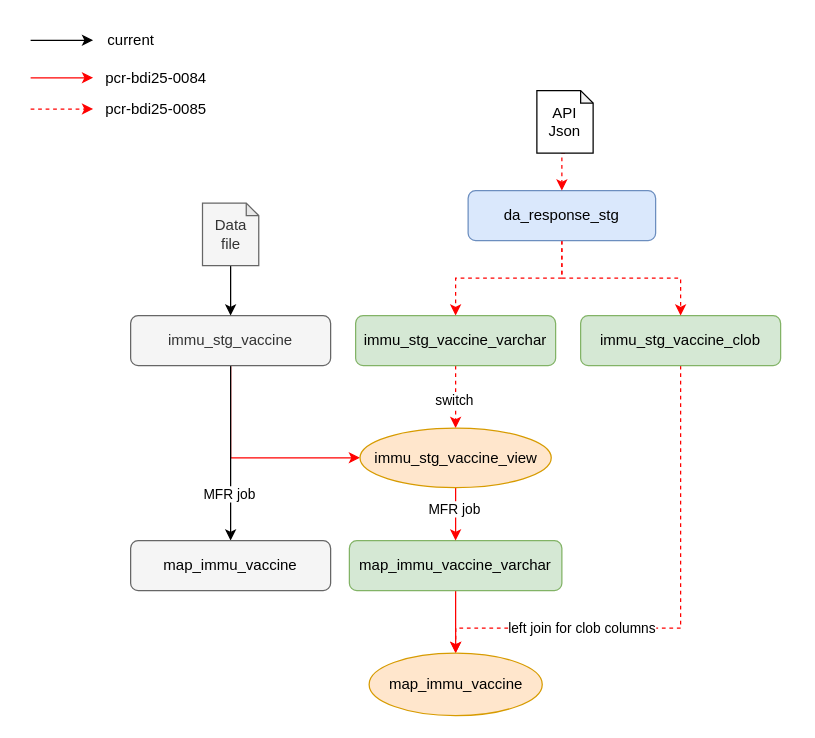
The draw.io diagram immu_workflow.drawio in xuhuide/drawio, before the edit. Source tidied: cells renumbered, new cells numbered last; positions are measured from the earlier drawing's top-left corner, leaving out a move shared by most shapes. Both pictures are drawn from the tidied source at 125%, with x=0, y=0 at pixel (30, 21).
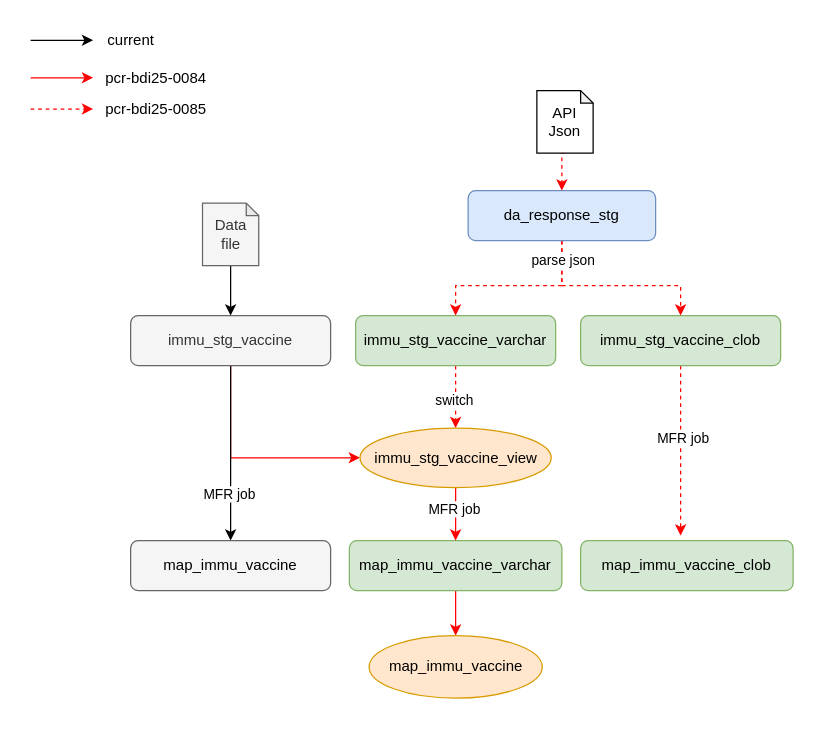
Above is the later version.

Unchanged cells that the change refers to:
```xml
<mxCell id="4" value="&lt;span style=&quot;font-size: 12px;&quot;&gt;immu_stg_vaccine_varchar&lt;/span&gt;" style="rounded=1;whiteSpace=wrap;html=1;fillColor=#d5e8d4;strokeColor=#82b366;" parent="1" vertex="1">
  <mxGeometry x="260" y="235" width="160" height="40" as="geometry" />
</mxCell>
<mxCell id="13" value="&lt;span style=&quot;text-align: left;&quot;&gt;immu_stg_vaccine_clob&lt;/span&gt;" style="rounded=1;whiteSpace=wrap;html=1;fillColor=#d5e8d4;strokeColor=#82b366;" parent="1" vertex="1">
  <mxGeometry x="440" y="235" width="160" height="40" as="geometry" />
</mxCell>
<mxCell id="16" value="da_response_stg" style="rounded=1;whiteSpace=wrap;html=1;fillColor=#dae8fc;strokeColor=#6c8ebf;" parent="1" vertex="1">
  <mxGeometry x="350" y="135" width="150" height="40" as="geometry" />
</mxCell>
```

What changed in the source:
```diff
@@
-    <mxCell id="11" style="edgeStyle=orthogonalEdgeStyle;rounded=0;jettySize=auto;html=1;entryX=0.5;entryY=0;entryDx=0;entryDy=0;dashed=1;strokeColor=#FF0000;" parent="1" edge="1" source="13" target="20">
-      <mxGeometry relative="1" as="geometry">
-        <Array as="points">
-          <mxPoint x="520" y="485" />
-          <mxPoint x="340" y="485" />
-        </Array>
-      </mxGeometry>
-    </mxCell>
-    <mxCell id="12" value="left join for clob columns" style="edgeLabel;html=1;align=center;verticalAlign=middle;" parent="11" vertex="1">
-      <mxGeometry x="0.35" y="-1" relative="1" as="geometry">
-        <mxPoint x="-13" as="offset" />
-      </mxGeometry>
-    </mxCell>
+    <mxCell id="32" style="edgeStyle=orthogonalEdgeStyle;rounded=0;jettySize=auto;html=1;dashed=1;strokeColor=#FF0000;" parent="1" edge="1" source="13">
+      <mxGeometry relative="1" as="geometry">
+        <mxPoint x="520" y="411" as="targetPoint" />
+      </mxGeometry>
+    </mxCell>
+    <mxCell id="33" value="MFR job" style="edgeLabel;html=1;align=center;verticalAlign=middle;" parent="32" vertex="1">
+      <mxGeometry x="-0.17" y="1" relative="1" as="geometry" />
+    </mxCell>
@@
     <mxCell id="14" style="edgeStyle=orthogonalEdgeStyle;rounded=0;jettySize=auto;html=1;entryX=0.5;entryY=0;entryDx=0;entryDy=0;dashed=1;strokeColor=#FF0000;" parent="1" edge="1" source="16" target="4">
-      <mxGeometry relative="1" as="geometry" />
+      <mxGeometry relative="1" as="geometry">
+        <Array as="points">
+          <mxPoint x="425" y="211" />
+          <mxPoint x="340" y="211" />
+        </Array>
+      </mxGeometry>
     </mxCell>
     <mxCell id="15" style="edgeStyle=orthogonalEdgeStyle;rounded=0;jettySize=auto;html=1;exitX=0.5;exitY=1;exitDx=0;exitDy=0;entryX=0.5;entryY=0;entryDx=0;entryDy=0;dashed=1;strokeColor=#FF0000;" parent="1" edge="1" source="16" target="13">
-      <mxGeometry relative="1" as="geometry" />
+      <mxGeometry relative="1" as="geometry">
+        <Array as="points">
+          <mxPoint x="425" y="211" />
+          <mxPoint x="520" y="211" />
+        </Array>
+      </mxGeometry>
     </mxCell>
+    <mxCell id="34" value="parse json" style="edgeLabel;html=1;align=center;verticalAlign=middle;" parent="15" vertex="1">
+      <mxGeometry x="-0.83" relative="1" as="geometry">
+        <mxPoint y="2" as="offset" />
+      </mxGeometry>
+    </mxCell>
@@
     <mxCell id="20" value="map_immu_vaccine" style="ellipse;whiteSpace=wrap;html=1;fillColor=#ffe6cc;strokeColor=#d79b00;" parent="1" vertex="1">
-      <mxGeometry x="270.8" y="505" width="138.5" height="50" as="geometry" />
+      <mxGeometry x="270.8" y="491" width="138.5" height="50" as="geometry" />
     </mxCell>
@@
+    <mxCell id="35" value="map_immu_vaccine_clob" style="whiteSpace=wrap;html=1;rounded=1;fillColor=#d5e8d4;strokeColor=#82b366;" parent="1" vertex="1">
+      <mxGeometry x="440" y="415" width="170" height="40" as="geometry" />
+    </mxCell>
```
